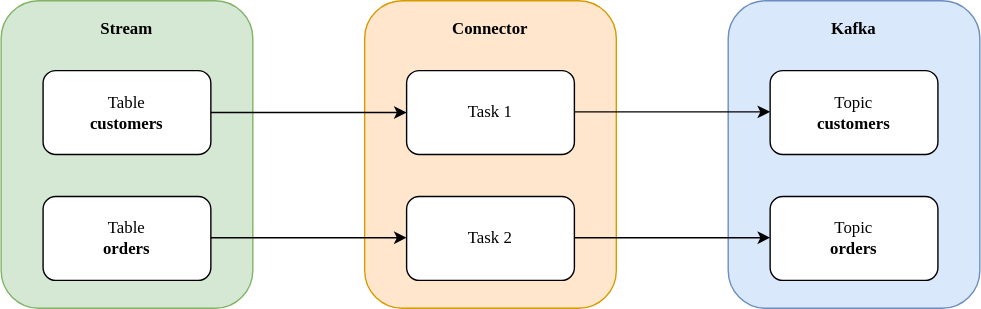
This is docs/assets/images/kafka-connect-jdbc.svg from sfeir-open-source/sfeir-school-kafka, a draw.io export, as it was before one commit. Source tidied: cells renumbered, new cells last; positions are measured from the earlier drawing's top-left corner, leaving out a move shared by most shapes.
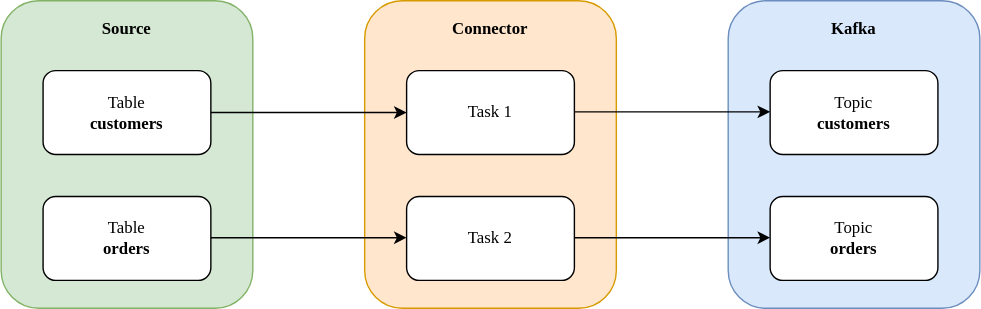
Above is the later version.

Commit message:
chore: Add Kafka-Connect slides

Diff of the diagram source:
```diff
@@ -14,7 +14,7 @@
     <mxCell id="5" value="&lt;font face=&quot;Verdana&quot;&gt;Table&lt;br&gt;&lt;b&gt;customers&lt;/b&gt;&lt;/font&gt;" style="rounded=1;whiteSpace=wrap;html=1;" parent="1" vertex="1">
       <mxGeometry x="30" y="50" width="120" height="60" as="geometry" />
     </mxCell>
-    <mxCell id="6" value="Stream" style="text;html=1;strokeColor=none;fillColor=none;align=center;verticalAlign=middle;whiteSpace=wrap;rounded=0;labelBackgroundColor=none;fontFamily=Verdana;fontColor=none;fontStyle=1;" parent="1" vertex="1">
+    <mxCell id="6" value="Source" style="text;html=1;strokeColor=none;fillColor=none;align=center;verticalAlign=middle;whiteSpace=wrap;rounded=0;labelBackgroundColor=none;fontFamily=Verdana;fontColor=none;fontStyle=1;" parent="1" vertex="1">
       <mxGeometry x="50" y="10" width="80" height="20" as="geometry" />
     </mxCell>
     <mxCell id="7" value="Connector" style="text;html=1;strokeColor=none;fillColor=none;align=center;verticalAlign=middle;whiteSpace=wrap;rounded=0;labelBackgroundColor=none;fontFamily=Verdana;fontColor=none;fontStyle=1;" parent="1" vertex="1">
```
